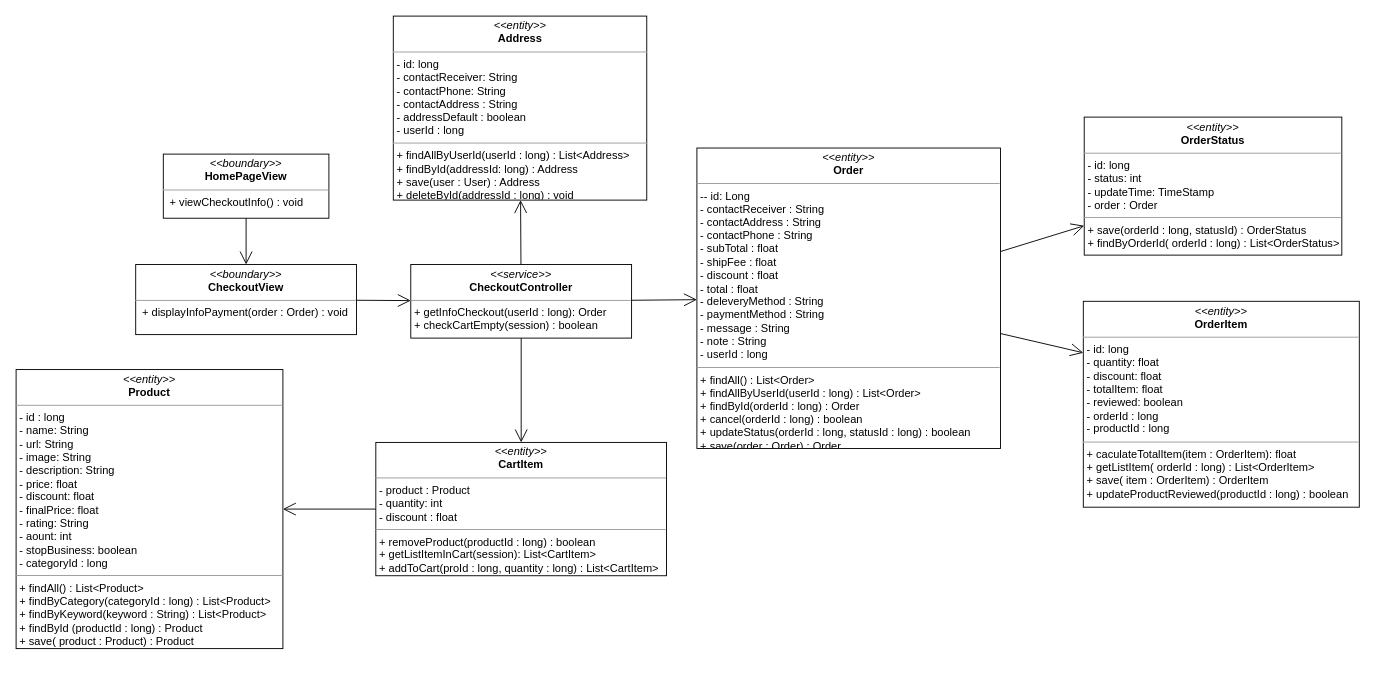
Before: class diagram/getInfoCheckout-class-diagram.drawio in nguyenphamvan/datn_20202, a draw.io diagram. Source tidied: cells renumbered, new cells numbered last; positions are measured from the earlier drawing's top-left corner, leaving out a move shared by most shapes. Both pictures are drawn from the tidied source at 92%, with x=0, y=0 at pixel (16, 16).
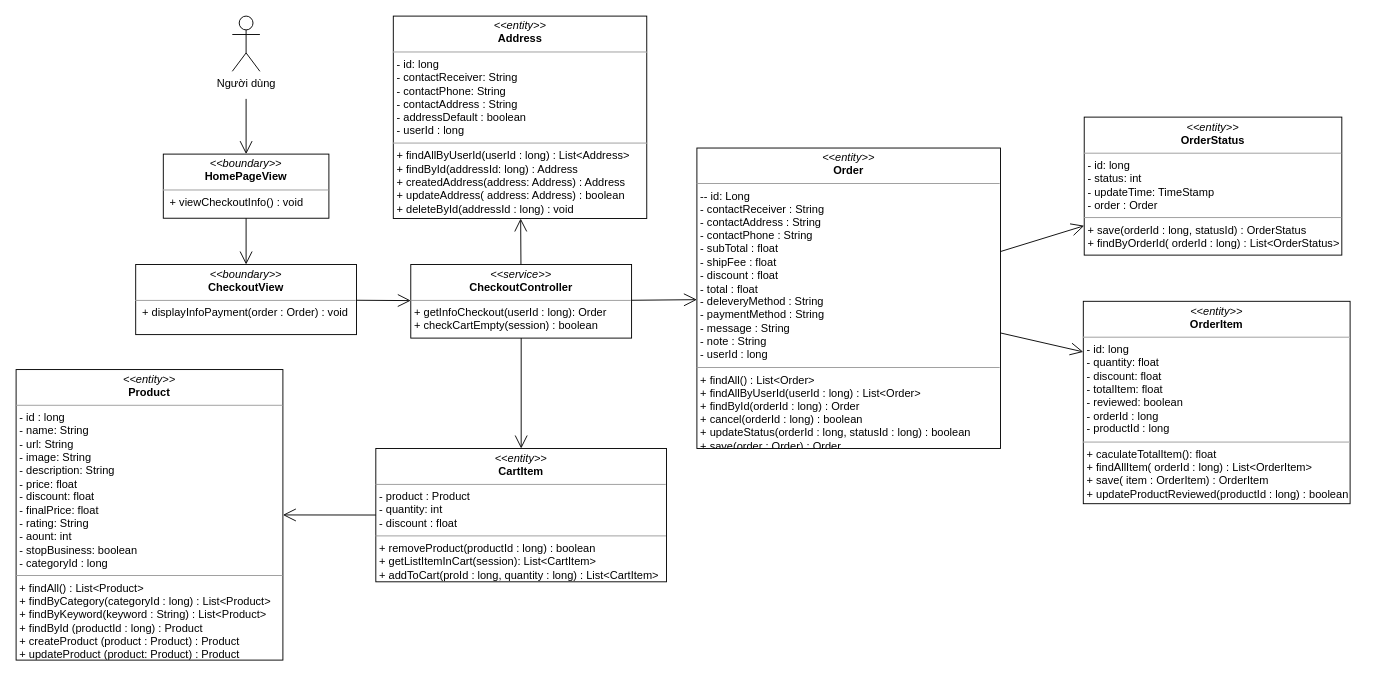
The same diagram, later.

Unchanged cells that the change refers to:
```xml
<mxCell id="11" value="&lt;p style=&quot;margin: 0px ; margin-top: 4px ; text-align: center&quot;&gt;&lt;i&gt;&amp;lt;&amp;lt;boundary&amp;gt;&amp;gt;&lt;/i&gt;&lt;br&gt;&lt;b&gt;HomePageView&lt;/b&gt;&lt;/p&gt;&lt;hr size=&quot;1&quot;&gt;&lt;p style=&quot;margin: 0px ; margin-left: 4px&quot;&gt;&lt;span&gt;&amp;nbsp;&lt;/span&gt;&lt;span&gt;+ viewCheckoutInfo() : void&lt;/span&gt;&lt;/p&gt;" style="verticalAlign=top;align=left;overflow=fill;fontSize=12;fontFamily=Helvetica;html=1;" parent="1" vertex="1">
  <mxGeometry x="160" y="150" width="180" height="69.7" as="geometry" />
</mxCell>
```

Diff of the diagram source:
```diff
@@
-    <mxCell id="3" value="&lt;p style=&quot;margin: 0px ; margin-top: 4px ; text-align: center&quot;&gt;&lt;i&gt;&amp;lt;&amp;lt;entity&amp;gt;&amp;gt;&lt;/i&gt;&lt;br&gt;&lt;b&gt;Address&lt;/b&gt;&lt;/p&gt;&lt;hr size=&quot;1&quot;&gt;&lt;p style=&quot;margin: 0px ; margin-left: 4px&quot;&gt;- id: long&lt;/p&gt;&lt;p style=&quot;margin: 0px ; margin-left: 4px&quot;&gt;- contactReceiver: String&lt;br&gt;- contactPhone: String&lt;/p&gt;&lt;p style=&quot;margin: 0px ; margin-left: 4px&quot;&gt;- contactAddress : String&lt;/p&gt;&lt;p style=&quot;margin: 0px ; margin-left: 4px&quot;&gt;- addressDefault : boolean&lt;/p&gt;&lt;p style=&quot;margin: 0px ; margin-left: 4px&quot;&gt;- userId : long&lt;/p&gt;&lt;hr size=&quot;1&quot;&gt;&lt;p style=&quot;margin: 0px 0px 0px 4px&quot;&gt;+ findAllByUserId(userId : long) : List&amp;lt;Address&amp;gt;&lt;/p&gt;&lt;p style=&quot;margin: 0px 0px 0px 4px&quot;&gt;+ findById(addressId: long) : Address&lt;/p&gt;&lt;p style=&quot;margin: 0px 0px 0px 4px&quot;&gt;+ save(user : User) : Address&lt;/p&gt;&lt;p style=&quot;margin: 0px 0px 0px 4px&quot;&gt;+ deleteById(addressId : long) : void&lt;/p&gt;" style="verticalAlign=top;align=left;overflow=fill;fontSize=12;fontFamily=Helvetica;html=1;" parent="1" vertex="1">
-      <mxGeometry x="410" width="275.5" height="200" as="geometry" />
+    <mxCell id="3" value="&lt;p style=&quot;margin: 0px ; margin-top: 4px ; text-align: center&quot;&gt;&lt;i&gt;&amp;lt;&amp;lt;entity&amp;gt;&amp;gt;&lt;/i&gt;&lt;br&gt;&lt;b&gt;Address&lt;/b&gt;&lt;/p&gt;&lt;hr size=&quot;1&quot;&gt;&lt;p style=&quot;margin: 0px ; margin-left: 4px&quot;&gt;- id: long&lt;/p&gt;&lt;p style=&quot;margin: 0px ; margin-left: 4px&quot;&gt;- contactReceiver: String&lt;br&gt;- contactPhone: String&lt;/p&gt;&lt;p style=&quot;margin: 0px ; margin-left: 4px&quot;&gt;- contactAddress : String&lt;/p&gt;&lt;p style=&quot;margin: 0px ; margin-left: 4px&quot;&gt;- addressDefault : boolean&lt;/p&gt;&lt;p style=&quot;margin: 0px ; margin-left: 4px&quot;&gt;- userId : long&lt;/p&gt;&lt;hr size=&quot;1&quot;&gt;&lt;p style=&quot;margin: 0px 0px 0px 4px&quot;&gt;+ findAllByUserId(userId : long) : List&amp;lt;Address&amp;gt;&lt;/p&gt;&lt;p style=&quot;margin: 0px 0px 0px 4px&quot;&gt;+ findById(addressId: long) : Address&lt;/p&gt;&lt;p style=&quot;margin: 0px 0px 0px 4px&quot;&gt;+ createdAddress(address: Address) : Address&lt;/p&gt;&lt;p style=&quot;margin: 0px 0px 0px 4px&quot;&gt;+ updateAddress( address: Address) : boolean&lt;/p&gt;&lt;p style=&quot;margin: 0px 0px 0px 4px&quot;&gt;+ deleteById(addressId : long) : void&lt;/p&gt;" style="verticalAlign=top;align=left;overflow=fill;fontSize=12;fontFamily=Helvetica;html=1;" parent="1" vertex="1">
+      <mxGeometry x="410" width="275.5" height="220" as="geometry" />
     </mxCell>
@@
     <mxCell id="6" value="&lt;p style=&quot;margin: 0px ; margin-top: 4px ; text-align: center&quot;&gt;&lt;i&gt;&amp;lt;&amp;lt;entity&amp;gt;&amp;gt;&lt;/i&gt;&lt;br&gt;&lt;b&gt;CartItem&lt;/b&gt;&lt;/p&gt;&lt;hr size=&quot;1&quot;&gt;&lt;p style=&quot;margin: 0px ; margin-left: 4px&quot;&gt;- product : Product&lt;/p&gt;&lt;p style=&quot;margin: 0px ; margin-left: 4px&quot;&gt;- quantity: int&lt;br&gt;- discount : float&lt;/p&gt;&lt;hr size=&quot;1&quot;&gt;&lt;p style=&quot;margin: 0px 0px 0px 4px&quot;&gt;+ removeProduct(productId : long) : boolean&lt;/p&gt;&lt;p style=&quot;margin: 0px 0px 0px 4px&quot;&gt;+ getListItemInCart(session): List&amp;lt;CartItem&amp;gt;&lt;/p&gt;&lt;p style=&quot;margin: 0px ; margin-left: 4px&quot;&gt;+ addToCart(proId : long, quantity : long) : List&amp;lt;CartItem&amp;gt;&lt;br&gt;&lt;/p&gt;" style="verticalAlign=top;align=left;overflow=fill;fontSize=12;fontFamily=Helvetica;html=1;" parent="1" vertex="1">
-      <mxGeometry x="391" y="463.4" width="316" height="144.9" as="geometry" />
+      <mxGeometry x="391" y="470" width="316" height="144.9" as="geometry" />
     </mxCell>
@@
-    <mxCell id="8" value="&lt;p style=&quot;margin: 0px ; margin-top: 4px ; text-align: center&quot;&gt;&lt;i&gt;&amp;lt;&amp;lt;entity&amp;gt;&amp;gt;&lt;/i&gt;&lt;br&gt;&lt;b&gt;OrderItem&lt;/b&gt;&lt;/p&gt;&lt;hr size=&quot;1&quot;&gt;&lt;p style=&quot;margin: 0px ; margin-left: 4px&quot;&gt;- id: long&lt;/p&gt;&lt;p style=&quot;margin: 0px ; margin-left: 4px&quot;&gt;- quantity: float&lt;br&gt;- discount: float&lt;/p&gt;&lt;p style=&quot;margin: 0px ; margin-left: 4px&quot;&gt;- totalItem: float&lt;/p&gt;&lt;p style=&quot;margin: 0px ; margin-left: 4px&quot;&gt;- reviewed: boolean&lt;/p&gt;&lt;p style=&quot;margin: 0px ; margin-left: 4px&quot;&gt;- orderId : long&lt;/p&gt;&lt;p style=&quot;margin: 0px ; margin-left: 4px&quot;&gt;- productId : long&lt;/p&gt;&lt;hr size=&quot;1&quot;&gt;&lt;p style=&quot;margin: 0px 0px 0px 4px&quot;&gt;+ caculateTotalItem(item : OrderItem): float&lt;br&gt;&lt;/p&gt;&lt;p style=&quot;margin: 0px 0px 0px 4px&quot;&gt;+ getListItem( orderId : long) : List&amp;lt;OrderItem&amp;gt;&lt;br&gt;&lt;/p&gt;&lt;p style=&quot;margin: 0px 0px 0px 4px&quot;&gt;+ save( item : OrderItem) : OrderItem&lt;/p&gt;&lt;p style=&quot;margin: 0px 0px 0px 4px&quot;&gt;+ updateProductReviewed(productId : long) : boolean&lt;br&gt;&lt;/p&gt;" style="verticalAlign=top;align=left;overflow=fill;fontSize=12;fontFamily=Helvetica;html=1;" parent="1" vertex="1">
-      <mxGeometry x="1160" y="310" width="300" height="223.8" as="geometry" />
+    <mxCell id="8" value="&lt;p style=&quot;margin: 0px ; margin-top: 4px ; text-align: center&quot;&gt;&lt;i&gt;&amp;lt;&amp;lt;entity&amp;gt;&amp;gt;&lt;/i&gt;&lt;br&gt;&lt;b&gt;OrderItem&lt;/b&gt;&lt;/p&gt;&lt;hr size=&quot;1&quot;&gt;&lt;p style=&quot;margin: 0px ; margin-left: 4px&quot;&gt;- id: long&lt;/p&gt;&lt;p style=&quot;margin: 0px ; margin-left: 4px&quot;&gt;- quantity: float&lt;br&gt;- discount: float&lt;/p&gt;&lt;p style=&quot;margin: 0px ; margin-left: 4px&quot;&gt;- totalItem: float&lt;/p&gt;&lt;p style=&quot;margin: 0px ; margin-left: 4px&quot;&gt;- reviewed: boolean&lt;/p&gt;&lt;p style=&quot;margin: 0px ; margin-left: 4px&quot;&gt;- orderId : long&lt;/p&gt;&lt;p style=&quot;margin: 0px ; margin-left: 4px&quot;&gt;- productId : long&lt;/p&gt;&lt;hr size=&quot;1&quot;&gt;&lt;p style=&quot;margin: 0px 0px 0px 4px&quot;&gt;+ caculateTotalItem(): float&lt;br&gt;&lt;/p&gt;&lt;p style=&quot;margin: 0px 0px 0px 4px&quot;&gt;+ findAllItem( orderId : long) : List&amp;lt;OrderItem&amp;gt;&lt;br&gt;&lt;/p&gt;&lt;p style=&quot;margin: 0px 0px 0px 4px&quot;&gt;+ save( item : OrderItem) : OrderItem&lt;/p&gt;&lt;p style=&quot;margin: 0px 0px 0px 4px&quot;&gt;+ updateProductReviewed(productId : long) : boolean&lt;/p&gt;" style="verticalAlign=top;align=left;overflow=fill;fontSize=12;fontFamily=Helvetica;html=1;" parent="1" vertex="1">
+      <mxGeometry x="1160" y="310" width="290" height="220" as="geometry" />
     </mxCell>
@@
-    <mxCell id="16" value="&lt;p style=&quot;margin: 0px ; margin-top: 4px ; text-align: center&quot;&gt;&lt;i&gt;&amp;lt;&amp;lt;entity&amp;gt;&amp;gt;&lt;/i&gt;&lt;br&gt;&lt;b&gt;Product&lt;/b&gt;&lt;/p&gt;&lt;hr size=&quot;1&quot;&gt;&lt;p style=&quot;margin: 0px ; margin-left: 4px&quot;&gt;- id : long&lt;/p&gt;&lt;p style=&quot;margin: 0px ; margin-left: 4px&quot;&gt;- name: String&lt;br&gt;- url: String&lt;/p&gt;&lt;p style=&quot;margin: 0px ; margin-left: 4px&quot;&gt;- image: String&lt;/p&gt;&lt;p style=&quot;margin: 0px ; margin-left: 4px&quot;&gt;- description: String&lt;/p&gt;&lt;p style=&quot;margin: 0px ; margin-left: 4px&quot;&gt;- price: float&lt;/p&gt;&lt;p style=&quot;margin: 0px ; margin-left: 4px&quot;&gt;- discount: float&lt;/p&gt;&lt;p style=&quot;margin: 0px ; margin-left: 4px&quot;&gt;- finalPrice: float&lt;/p&gt;&lt;p style=&quot;margin: 0px ; margin-left: 4px&quot;&gt;- rating: String&lt;/p&gt;&lt;p style=&quot;margin: 0px ; margin-left: 4px&quot;&gt;- aount: int&lt;/p&gt;&lt;p style=&quot;margin: 0px ; margin-left: 4px&quot;&gt;- stopBusiness: boolean&lt;/p&gt;&lt;p style=&quot;margin: 0px ; margin-left: 4px&quot;&gt;- categoryId : long&lt;/p&gt;&lt;hr size=&quot;1&quot;&gt;&lt;p style=&quot;margin: 0px 0px 0px 4px&quot;&gt;+ findAll() : List&amp;lt;Product&amp;gt;&lt;/p&gt;&lt;p style=&quot;margin: 0px 0px 0px 4px&quot;&gt;+ findByCategory(categoryId : long) : List&amp;lt;Product&amp;gt;&lt;/p&gt;&lt;p style=&quot;margin: 0px 0px 0px 4px&quot;&gt;+ findByKeyword(keyword : String) : List&amp;lt;Product&amp;gt;&lt;/p&gt;&lt;p style=&quot;margin: 0px 0px 0px 4px&quot;&gt;+ findById (productId : long) : Product&lt;/p&gt;&lt;p style=&quot;margin: 0px 0px 0px 4px&quot;&gt;+ save( product : Product) : Product&lt;/p&gt;" style="verticalAlign=top;align=left;overflow=fill;fontSize=12;fontFamily=Helvetica;html=1;" parent="1" vertex="1">
-      <mxGeometry y="384.2" width="290" height="303.3" as="geometry" />
+    <mxCell id="16" value="&lt;p style=&quot;margin: 0px ; margin-top: 4px ; text-align: center&quot;&gt;&lt;i&gt;&amp;lt;&amp;lt;entity&amp;gt;&amp;gt;&lt;/i&gt;&lt;br&gt;&lt;b&gt;Product&lt;/b&gt;&lt;/p&gt;&lt;hr size=&quot;1&quot;&gt;&lt;p style=&quot;margin: 0px ; margin-left: 4px&quot;&gt;- id : long&lt;/p&gt;&lt;p style=&quot;margin: 0px ; margin-left: 4px&quot;&gt;- name: String&lt;br&gt;- url: String&lt;/p&gt;&lt;p style=&quot;margin: 0px ; margin-left: 4px&quot;&gt;- image: String&lt;/p&gt;&lt;p style=&quot;margin: 0px ; margin-left: 4px&quot;&gt;- description: String&lt;/p&gt;&lt;p style=&quot;margin: 0px ; margin-left: 4px&quot;&gt;- price: float&lt;/p&gt;&lt;p style=&quot;margin: 0px ; margin-left: 4px&quot;&gt;- discount: float&lt;/p&gt;&lt;p style=&quot;margin: 0px ; margin-left: 4px&quot;&gt;- finalPrice: float&lt;/p&gt;&lt;p style=&quot;margin: 0px ; margin-left: 4px&quot;&gt;- rating: String&lt;/p&gt;&lt;p style=&quot;margin: 0px ; margin-left: 4px&quot;&gt;- aount: int&lt;/p&gt;&lt;p style=&quot;margin: 0px ; margin-left: 4px&quot;&gt;- stopBusiness: boolean&lt;/p&gt;&lt;p style=&quot;margin: 0px ; margin-left: 4px&quot;&gt;- categoryId : long&lt;/p&gt;&lt;hr size=&quot;1&quot;&gt;&lt;p style=&quot;margin: 0px 0px 0px 4px&quot;&gt;+ findAll() : List&amp;lt;Product&amp;gt;&lt;/p&gt;&lt;p style=&quot;margin: 0px 0px 0px 4px&quot;&gt;+ findByCategory(categoryId : long) : List&amp;lt;Product&amp;gt;&lt;/p&gt;&lt;p style=&quot;margin: 0px 0px 0px 4px&quot;&gt;+ findByKeyword(keyword : String) : List&amp;lt;Product&amp;gt;&lt;/p&gt;&lt;p style=&quot;margin: 0px 0px 0px 4px&quot;&gt;+ findById (productId : long) : Product&lt;/p&gt;&lt;p style=&quot;margin: 0px 0px 0px 4px&quot;&gt;+ createProduct (product : Product) : Product&lt;/p&gt;&lt;p style=&quot;margin: 0px 0px 0px 4px&quot;&gt;+ updateProduct (product: Product) : Product&lt;/p&gt;" style="verticalAlign=top;align=left;overflow=fill;fontSize=12;fontFamily=Helvetica;html=1;" parent="1" vertex="1">
+      <mxGeometry y="384.2" width="290" height="315.8" as="geometry" />
     </mxCell>
@@
+    <mxCell id="19" value="Người dùng" style="shape=umlActor;verticalLabelPosition=bottom;verticalAlign=top;html=1;" parent="1" vertex="1">
+      <mxGeometry x="235" width="30" height="60" as="geometry" />
+    </mxCell>
+    <mxCell id="20" style="endArrow=open;endFill=1;endSize=12;html=1;" parent="1" edge="1" target="11">
+      <mxGeometry relative="1" as="geometry">
+        <mxPoint x="250" y="90" as="sourcePoint" />
+      </mxGeometry>
+    </mxCell>
```
